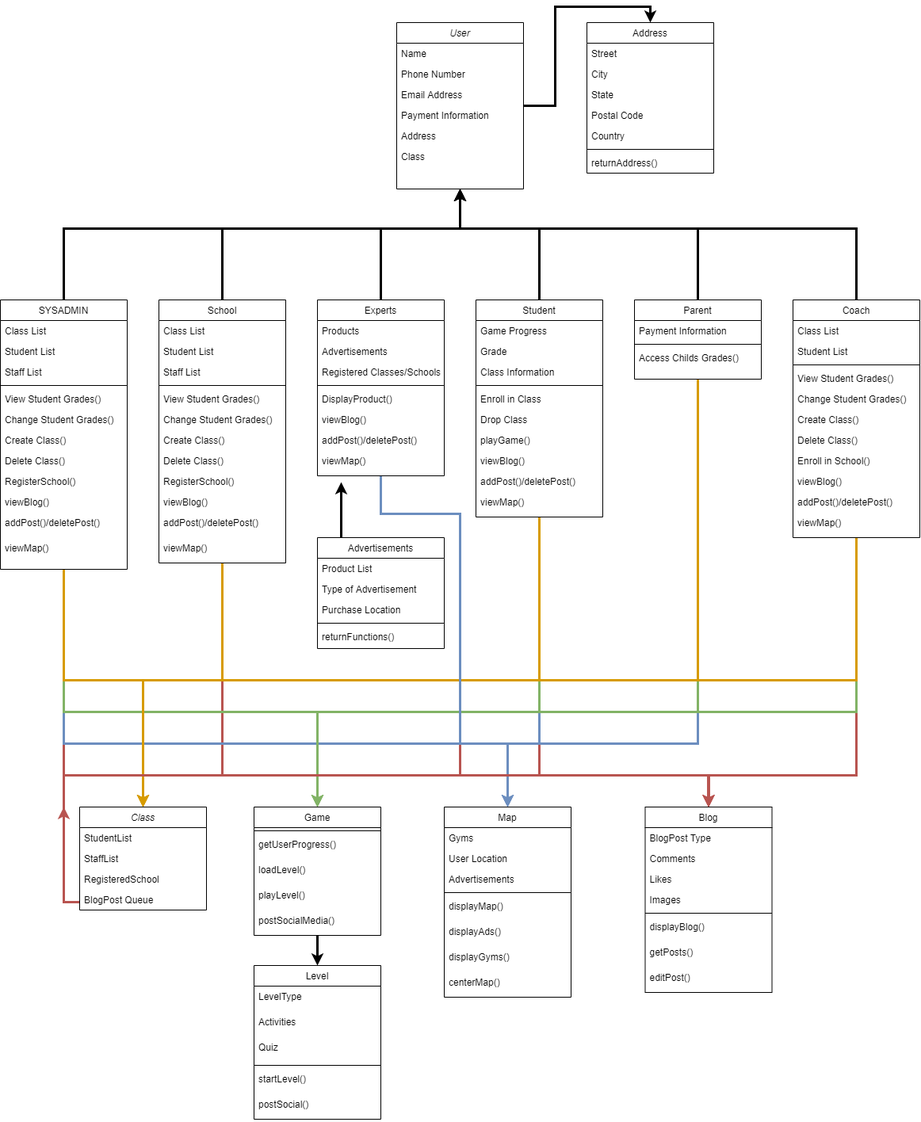
Before: Deliverables/Week_4/Class Diagram.png, a diagram exported from draw.io (Hanandrof/Group-3-Repository). Source tidied: cells renumbered, new cells last; positions are measured from the earlier drawing's top-left corner, leaving out a move shared by most shapes.
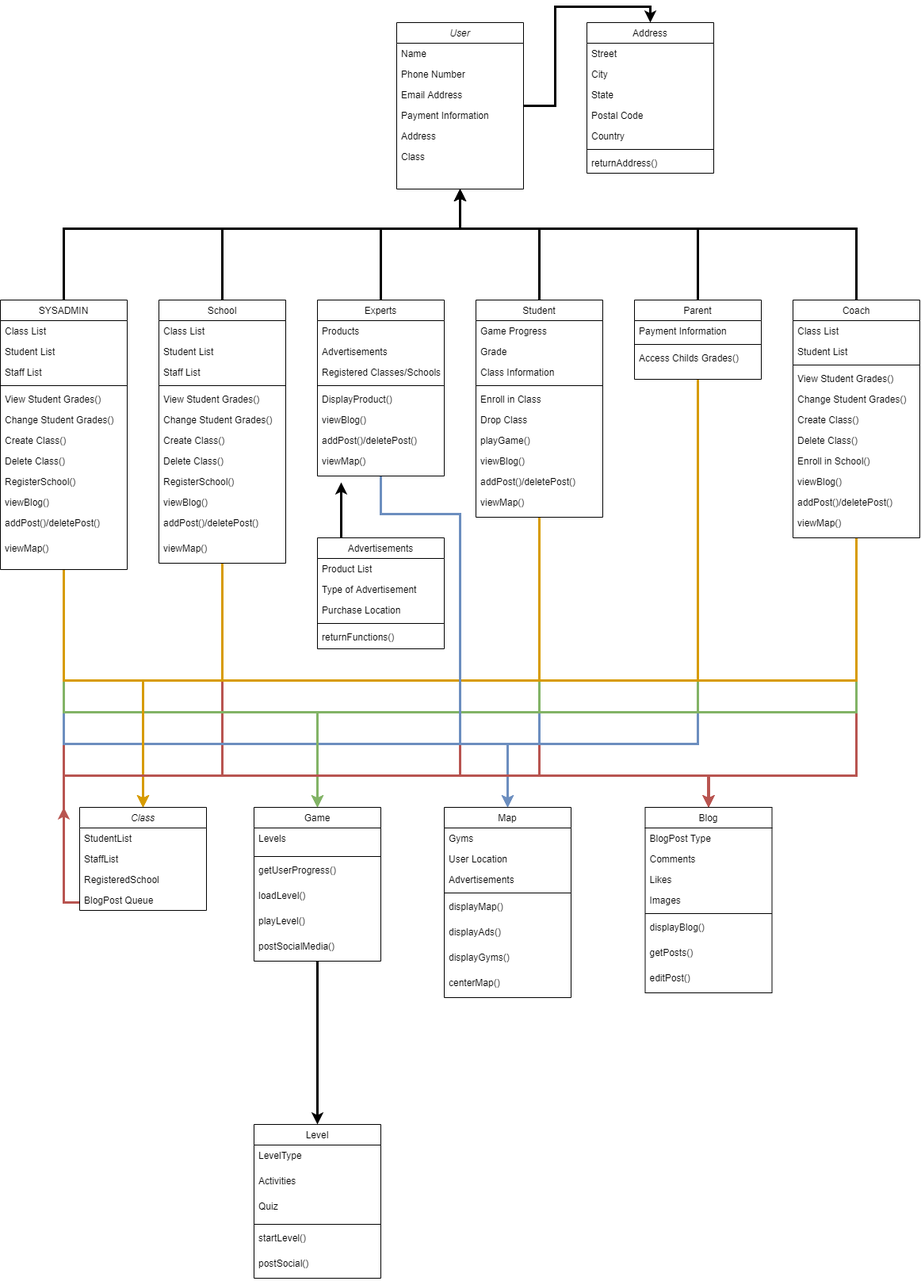
The same diagram one commit later.

Change to the diagram source:
```diff
@@ -516,25 +516,28 @@
       <mxGeometry relative="1" as="geometry" />
     </mxCell>
     <mxCell id="130" value="Game" style="swimlane;fontStyle=0;align=center;verticalAlign=top;horizontal=1;startSize=26;rounded=0;shadow=0;strokeWidth=1;" parent="1" vertex="1">
-      <mxGeometry x="320" y="990" width="160" height="162" as="geometry" />
+      <mxGeometry x="320" y="990" width="160" height="194" as="geometry" />
     </mxCell>
+    <mxCell id="150" value="Levels" style="text;align=left;verticalAlign=top;spacingLeft=4;spacingRight=4;overflow=hidden;rounded=0;shadow=0;html=0;" parent="130" vertex="1">
+      <mxGeometry y="26" width="160" height="32" as="geometry" />
+    </mxCell>
     <mxCell id="131" style="line;html=1;strokeWidth=1;align=left;verticalAlign=middle;spacingTop=-1;spacingLeft=3;spacingRight=3;labelPosition=right;" parent="130" vertex="1">
-      <mxGeometry y="26" width="160" height="8" as="geometry" />
+      <mxGeometry y="58" width="160" height="8" as="geometry" />
     </mxCell>
     <mxCell id="132" value="getUserProgress()" style="text;align=left;verticalAlign=top;spacingLeft=4;spacingRight=4;overflow=hidden;rounded=0;shadow=0;html=0;" parent="130" vertex="1">
-      <mxGeometry y="34" width="160" height="32" as="geometry" />
+      <mxGeometry y="66" width="160" height="32" as="geometry" />
     </mxCell>
     <mxCell id="133" value="loadLevel()" style="text;align=left;verticalAlign=top;spacingLeft=4;spacingRight=4;overflow=hidden;rounded=0;shadow=0;html=0;" parent="130" vertex="1">
-      <mxGeometry y="66" width="160" height="32" as="geometry" />
+      <mxGeometry y="98" width="160" height="32" as="geometry" />
     </mxCell>
     <mxCell id="134" value="playLevel()" style="text;align=left;verticalAlign=top;spacingLeft=4;spacingRight=4;overflow=hidden;rounded=0;shadow=0;html=0;" parent="130" vertex="1">
-      <mxGeometry y="98" width="160" height="32" as="geometry" />
+      <mxGeometry y="130" width="160" height="32" as="geometry" />
     </mxCell>
     <mxCell id="135" value="postSocialMedia()" style="text;align=left;verticalAlign=top;spacingLeft=4;spacingRight=4;overflow=hidden;rounded=0;shadow=0;html=0;" parent="130" vertex="1">
-      <mxGeometry y="130" width="160" height="32" as="geometry" />
+      <mxGeometry y="162" width="160" height="32" as="geometry" />
     </mxCell>
     <mxCell id="136" value="Level" style="swimlane;fontStyle=0;align=center;verticalAlign=top;horizontal=1;startSize=26;rounded=0;shadow=0;strokeWidth=1;" parent="1" vertex="1">
-      <mxGeometry x="320" y="1190" width="160" height="194" as="geometry" />
+      <mxGeometry x="320" y="1390" width="160" height="194" as="geometry" />
     </mxCell>
     <mxCell id="137" value="LevelType" style="text;align=left;verticalAlign=top;spacingLeft=4;spacingRight=4;overflow=hidden;rounded=0;shadow=0;html=0;" parent="136" vertex="1">
       <mxGeometry y="26" width="160" height="32" as="geometry" />
```
